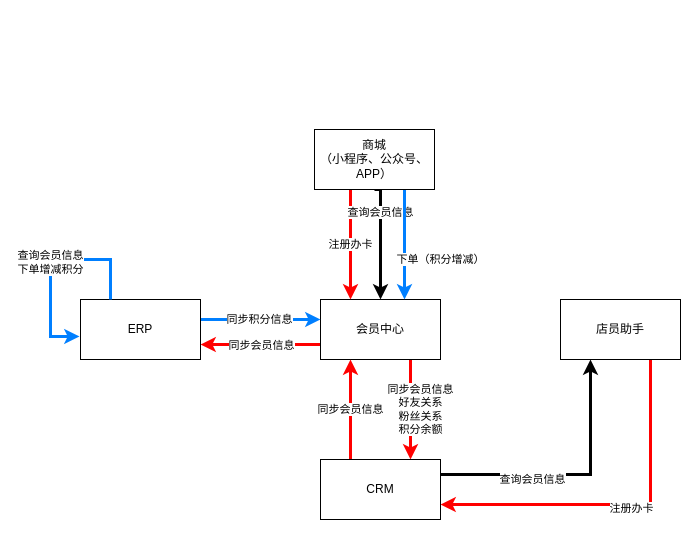
JustDoItHilary/HilarysTraining keeps this draw.io diagram as page "Page-1" (1 of 2) of Untitled Diagram.drawio. Above is the earlier version. Source tidied: cells renumbered, new cells numbered last; positions are measured from the earlier drawing's top-left corner, leaving out a move shared by most shapes. Both pictures are drawn from the tidied source at 100%, with x=0, y=0 at pixel (50, 129).
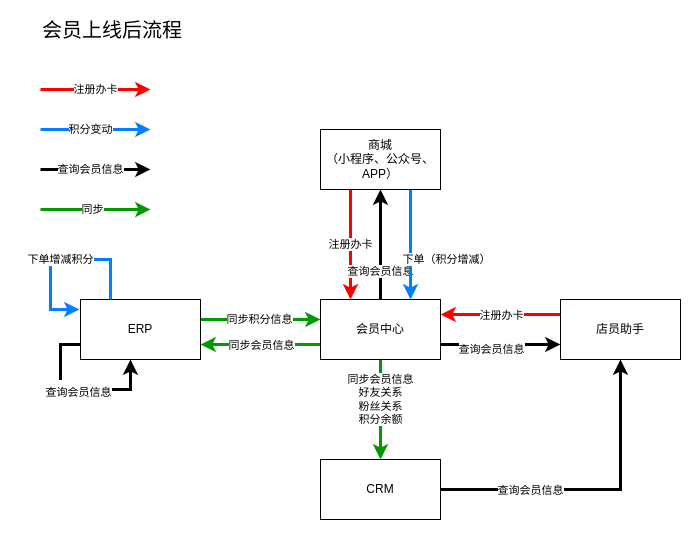
The same page after the edit.

The change refers to these unchanged cells:
```xml
<mxCell id="5" value="会员中心" style="rounded=0;whiteSpace=wrap;html=1;" parent="1" vertex="1">
  <mxGeometry x="270" y="170" width="120" height="60" as="geometry" />
</mxCell>
<mxCell id="12" value="ERP" style="rounded=0;whiteSpace=wrap;html=1;" parent="1" vertex="1">
  <mxGeometry x="30" y="170" width="120" height="60" as="geometry" />
</mxCell>
<mxCell id="15" value="店员助手" style="rounded=0;whiteSpace=wrap;html=1;" parent="1" vertex="1">
  <mxGeometry x="510" y="170" width="120" height="60" as="geometry" />
</mxCell>
<mxCell id="19" value="CRM" style="rounded=0;whiteSpace=wrap;html=1;" parent="1" vertex="1">
  <mxGeometry x="270" y="330" width="120" height="60" as="geometry" />
</mxCell>
```

What changed in the source:
```diff
@@
-    <mxCell id="2" style="edgeStyle=orthogonalEdgeStyle;rounded=0;jettySize=auto;html=1;entryX=1;entryY=0.75;entryDx=0;entryDy=0;fillColor=#fff2cc;strokeWidth=3;strokeColor=#FF0000;" parent="1" edge="1" source="5" target="12">
+    <mxCell id="2" style="edgeStyle=orthogonalEdgeStyle;rounded=0;jettySize=auto;html=1;entryX=1;entryY=0.75;entryDx=0;entryDy=0;fillColor=#fff2cc;strokeWidth=3;strokeColor=#009900;" parent="1" edge="1" source="5" target="12">
       <mxGeometry relative="1" as="geometry">
         <Array as="points">
           <mxPoint x="270" y="215" />
           <mxPoint x="270" y="215" />
         </Array>
       </mxGeometry>
     </mxCell>
@@
-    <mxCell id="4" value="同步会员信息&lt;br&gt;好友关系&lt;br&gt;粉丝关系&lt;br&gt;积分余额" style="edgeStyle=orthogonalEdgeStyle;rounded=0;jettySize=auto;html=1;exitX=0.75;exitY=1;exitDx=0;exitDy=0;entryX=0.75;entryY=0;entryDx=0;entryDy=0;fillColor=#fff2cc;strokeWidth=3;strokeColor=#FF0000;" parent="1" edge="1" source="5" target="19">
-      <mxGeometry y="10" relative="1" as="geometry" />
+    <mxCell id="4" value="同步会员信息&lt;br&gt;好友关系&lt;br&gt;粉丝关系&lt;br&gt;积分余额" style="edgeStyle=orthogonalEdgeStyle;rounded=0;jettySize=auto;html=1;exitX=0.5;exitY=1;exitDx=0;exitDy=0;entryX=0.5;entryY=0;entryDx=0;entryDy=0;fillColor=#fff2cc;strokeWidth=3;strokeColor=#009900;" parent="1" edge="1" source="5" target="19">
+      <mxGeometry x="-0.2" relative="1" as="geometry" />
     </mxCell>
+    <mxCell id="21" style="edgeStyle=orthogonalEdgeStyle;rounded=0;jettySize=auto;html=1;exitX=1;exitY=0.75;exitDx=0;exitDy=0;entryX=0;entryY=0.75;entryDx=0;entryDy=0;fontSize=18;strokeWidth=3;" parent="1" edge="1" source="5" target="15">
+      <mxGeometry relative="1" as="geometry" />
+    </mxCell>
+    <mxCell id="22" value="&lt;span style=&quot;font-size: 11px&quot;&gt;查询会员信息&lt;/span&gt;" style="edgeLabel;html=1;align=center;verticalAlign=middle;fontSize=18;" parent="21" vertex="1">
+      <mxGeometry x="-0.17" y="-2" relative="1" as="geometry" />
+    </mxCell>
@@
-    <mxCell id="7" value="查询会员信息" style="edgeStyle=orthogonalEdgeStyle;rounded=0;jettySize=auto;html=1;exitX=0.5;exitY=1;exitDx=0;exitDy=0;entryX=0.5;entryY=0;entryDx=0;entryDy=0;strokeWidth=3;" parent="1" edge="1" source="9" target="5">
+    <mxCell id="7" value="查询会员信息" style="edgeStyle=orthogonalEdgeStyle;rounded=0;jettySize=auto;html=1;exitX=0.5;exitY=0;exitDx=0;exitDy=0;entryX=0.5;entryY=1;entryDx=0;entryDy=0;strokeWidth=3;" parent="1" edge="1" source="5" target="9">
       <mxGeometry x="-0.5" relative="1" as="geometry">
         <Array as="points">
-          <mxPoint x="330" y="110" />
-          <mxPoint x="330" y="110" />
+          <mxPoint x="330" y="60" />
         </Array>
       </mxGeometry>
     </mxCell>
-    <mxCell id="8" value="下单（积分增减）" style="edgeStyle=orthogonalEdgeStyle;rounded=0;jettySize=auto;html=1;exitX=0.75;exitY=1;exitDx=0;exitDy=0;entryX=0.7;entryY=0;entryDx=0;entryDy=0;entryPerimeter=0;fillColor=#dae8fc;strokeColor=#007FFF;strokeWidth=3;" parent="1" edge="1" source="9" target="5">
+    <mxCell id="8" value="下单（积分增减）" style="edgeStyle=orthogonalEdgeStyle;rounded=0;jettySize=auto;html=1;exitX=0.75;exitY=1;exitDx=0;exitDy=0;entryX=0.75;entryY=0;entryDx=0;entryDy=0;fillColor=#dae8fc;strokeColor=#007FFF;strokeWidth=3;" parent="1" edge="1" source="9" target="5">
       <mxGeometry x="0.27" y="36" relative="1" as="geometry" />
     </mxCell>
     <mxCell id="9" value="商城&lt;br&gt;（小程序、公众号、APP）" style="rounded=0;whiteSpace=wrap;html=1;" parent="1" vertex="1">
-      <mxGeometry x="264" width="120" height="60" as="geometry" />
+      <mxGeometry x="270" width="120" height="60" as="geometry" />
     </mxCell>
-    <mxCell id="10" style="edgeStyle=orthogonalEdgeStyle;rounded=0;jettySize=auto;html=1;fillColor=#fff2cc;strokeWidth=3;strokeColor=#007FFF;" parent="1" edge="1" source="12">
+    <mxCell id="10" style="edgeStyle=orthogonalEdgeStyle;rounded=0;jettySize=auto;html=1;fillColor=#fff2cc;strokeWidth=3;strokeColor=#009900;" parent="1" edge="1" source="12">
       <mxGeometry relative="1" as="geometry">
         <mxPoint x="270" y="190" as="targetPoint" />
         <Array as="points">
           <mxPoint x="180" y="190" />
           <mxPoint x="180" y="190" />
         </Array>
       </mxGeometry>
     </mxCell>
@@
-    <mxCell id="13" style="edgeStyle=orthogonalEdgeStyle;rounded=0;jettySize=auto;html=1;entryX=1;entryY=0.75;entryDx=0;entryDy=0;fillColor=#f8cecc;strokeColor=#FF0000;strokeWidth=3;" parent="1" edge="1" source="15" target="19">
+    <mxCell id="13" style="edgeStyle=orthogonalEdgeStyle;rounded=0;jettySize=auto;html=1;entryX=1;entryY=0.25;entryDx=0;entryDy=0;fillColor=#f8cecc;strokeColor=#FF0000;strokeWidth=3;exitX=0;exitY=0.25;exitDx=0;exitDy=0;" parent="1" edge="1" source="15" target="5">
       <mxGeometry relative="1" as="geometry">
         <Array as="points">
-          <mxPoint x="600" y="375" />
+          <mxPoint x="450" y="185" />
+          <mxPoint x="450" y="185" />
         </Array>
       </mxGeometry>
     </mxCell>
     <mxCell id="14" value="注册办卡" style="edgeLabel;html=1;align=center;verticalAlign=middle;" parent="13" vertex="1">
-      <mxGeometry x="-0.07" y="3" relative="1" as="geometry" />
+      <mxGeometry x="-0.07" y="3" relative="1" as="geometry">
+        <mxPoint x="-4" y="-3" as="offset" />
+      </mxGeometry>
     </mxCell>
@@
-    <mxCell id="16" value="同步会员信息" style="edgeStyle=orthogonalEdgeStyle;rounded=0;jettySize=auto;html=1;fillColor=#fff2cc;strokeWidth=3;strokeColor=#FF0000;" parent="1" edge="1" source="19" target="5">
-      <mxGeometry relative="1" as="geometry">
-        <Array as="points">
-          <mxPoint x="300" y="300" />
-          <mxPoint x="300" y="300" />
-        </Array>
-      </mxGeometry>
-    </mxCell>
-    <mxCell id="17" style="edgeStyle=orthogonalEdgeStyle;rounded=0;jettySize=auto;html=1;exitX=1;exitY=0.25;exitDx=0;exitDy=0;entryX=0.25;entryY=1;entryDx=0;entryDy=0;strokeColor=#000000;strokeWidth=3;" parent="1" edge="1" source="19" target="15">
-      <mxGeometry relative="1" as="geometry" />
+    <mxCell id="17" style="edgeStyle=orthogonalEdgeStyle;rounded=0;jettySize=auto;html=1;exitX=1;exitY=0.5;exitDx=0;exitDy=0;strokeColor=#000000;strokeWidth=3;entryX=0.5;entryY=1;entryDx=0;entryDy=0;" parent="1" edge="1" source="19" target="15">
+      <mxGeometry relative="1" as="geometry">
+        <Array as="points">
+          <mxPoint x="570" y="360" />
+        </Array>
+      </mxGeometry>
     </mxCell>
     <mxCell id="18" value="查询会员信息" style="edgeLabel;html=1;align=center;verticalAlign=middle;" parent="17" vertex="1">
-      <mxGeometry x="-0.31" y="-4" relative="1" as="geometry" />
+      <mxGeometry x="-0.31" y="-4" relative="1" as="geometry">
+        <mxPoint x="-17.6" y="-4" as="offset" />
+      </mxGeometry>
     </mxCell>
@@
-    <mxCell id="20" value="查询会员信息&lt;br&gt;下单增减积分" style="edgeStyle=orthogonalEdgeStyle;rounded=0;orthogonalLoop=1;jettySize=auto;html=1;exitX=0.25;exitY=0;exitDx=0;exitDy=0;strokeColor=#007FFF;entryX=-0.008;entryY=0.617;entryDx=0;entryDy=0;entryPerimeter=0;strokeWidth=3;" parent="1" edge="1" source="12" target="12">
+    <mxCell id="20" value="下单增减积分" style="edgeStyle=orthogonalEdgeStyle;rounded=0;jettySize=auto;html=1;exitX=0.25;exitY=0;exitDx=0;exitDy=0;strokeColor=#007FFF;strokeWidth=3;" parent="1" edge="1" source="12">
       <mxGeometry relative="1" as="geometry">
+        <mxPoint x="29" y="180" as="targetPoint" />
         <Array as="points">
           <mxPoint x="60" y="130" />
           <mxPoint y="130" />
-          <mxPoint y="207" />
+          <mxPoint y="180" />
         </Array>
       </mxGeometry>
     </mxCell>
+    <mxCell id="23" value="注册办卡" style="edgeStyle=orthogonalEdgeStyle;rounded=0;orthogonalLoop=1;jettySize=auto;html=1;fillColor=#f8cecc;strokeColor=#FF0000;strokeWidth=3;" parent="1" edge="1">
+      <mxGeometry relative="1" as="geometry">
+        <mxPoint x="-10" y="-40" as="sourcePoint" />
+        <mxPoint x="100" y="-40" as="targetPoint" />
+        <Array as="points">
+          <mxPoint x="-10" y="-40" />
+        </Array>
+      </mxGeometry>
+    </mxCell>
+    <mxCell id="24" value="积分变动" style="edgeStyle=orthogonalEdgeStyle;rounded=0;orthogonalLoop=1;jettySize=auto;html=1;exitX=0.75;exitY=1;exitDx=0;exitDy=0;fillColor=#dae8fc;strokeColor=#007FFF;strokeWidth=3;" parent="1" edge="1">
+      <mxGeometry x="-0.09" relative="1" as="geometry">
+        <mxPoint x="-10" as="sourcePoint" />
+        <mxPoint x="100" as="targetPoint" />
+      </mxGeometry>
+    </mxCell>
+    <mxCell id="25" value="查询会员信息" style="edgeStyle=orthogonalEdgeStyle;rounded=0;orthogonalLoop=1;jettySize=auto;html=1;exitX=0.5;exitY=1;exitDx=0;exitDy=0;strokeWidth=3;" parent="1" edge="1">
+      <mxGeometry x="-0.09" relative="1" as="geometry">
+        <mxPoint x="-10" y="40" as="sourcePoint" />
+        <mxPoint x="100" y="40" as="targetPoint" />
+        <Array as="points">
+          <mxPoint x="-10" y="40" />
+        </Array>
+      </mxGeometry>
+    </mxCell>
+    <mxCell id="26" style="edgeStyle=orthogonalEdgeStyle;rounded=0;jettySize=auto;html=1;exitX=0;exitY=0.75;exitDx=0;exitDy=0;strokeWidth=3;fontSize=18;" parent="1" edge="1" source="12">
+      <mxGeometry relative="1" as="geometry">
+        <mxPoint x="80" y="230" as="targetPoint" />
+        <Array as="points">
+          <mxPoint x="10" y="215" />
+          <mxPoint x="10" y="260" />
+          <mxPoint x="80" y="260" />
+        </Array>
+      </mxGeometry>
+    </mxCell>
+    <mxCell id="27" value="&lt;span style=&quot;font-size: 11px&quot;&gt;查询会员信息&lt;/span&gt;" style="edgeLabel;html=1;align=center;verticalAlign=middle;fontSize=18;" parent="26" vertex="1">
+      <mxGeometry x="0.22" relative="1" as="geometry">
+        <mxPoint x="-18.8" as="offset" />
+      </mxGeometry>
+    </mxCell>
+    <mxCell id="28" value="会员上线后流程" style="text;html=1;strokeColor=none;fillColor=none;align=left;verticalAlign=middle;whiteSpace=wrap;rounded=0;fontSize=20;" parent="1" vertex="1">
+      <mxGeometry x="-10" y="-110" width="250" height="20" as="geometry" />
+    </mxCell>
+    <mxCell id="29" style="edgeStyle=orthogonalEdgeStyle;rounded=0;orthogonalLoop=1;jettySize=auto;html=1;fillColor=#fff2cc;strokeWidth=3;strokeColor=#009900;" parent="1" edge="1">
+      <mxGeometry relative="1" as="geometry">
+        <mxPoint x="-10" y="80.1" as="sourcePoint" />
+        <mxPoint x="100" y="80" as="targetPoint" />
+        <Array as="points">
+          <mxPoint x="20" y="80" />
+          <mxPoint x="20" y="80" />
+        </Array>
+      </mxGeometry>
+    </mxCell>
+    <mxCell id="30" value="同步" style="edgeLabel;html=1;align=center;verticalAlign=middle;" parent="29" vertex="1">
+      <mxGeometry x="0.17" y="1" relative="1" as="geometry">
+        <mxPoint x="-12" as="offset" />
+      </mxGeometry>
+    </mxCell>
```
